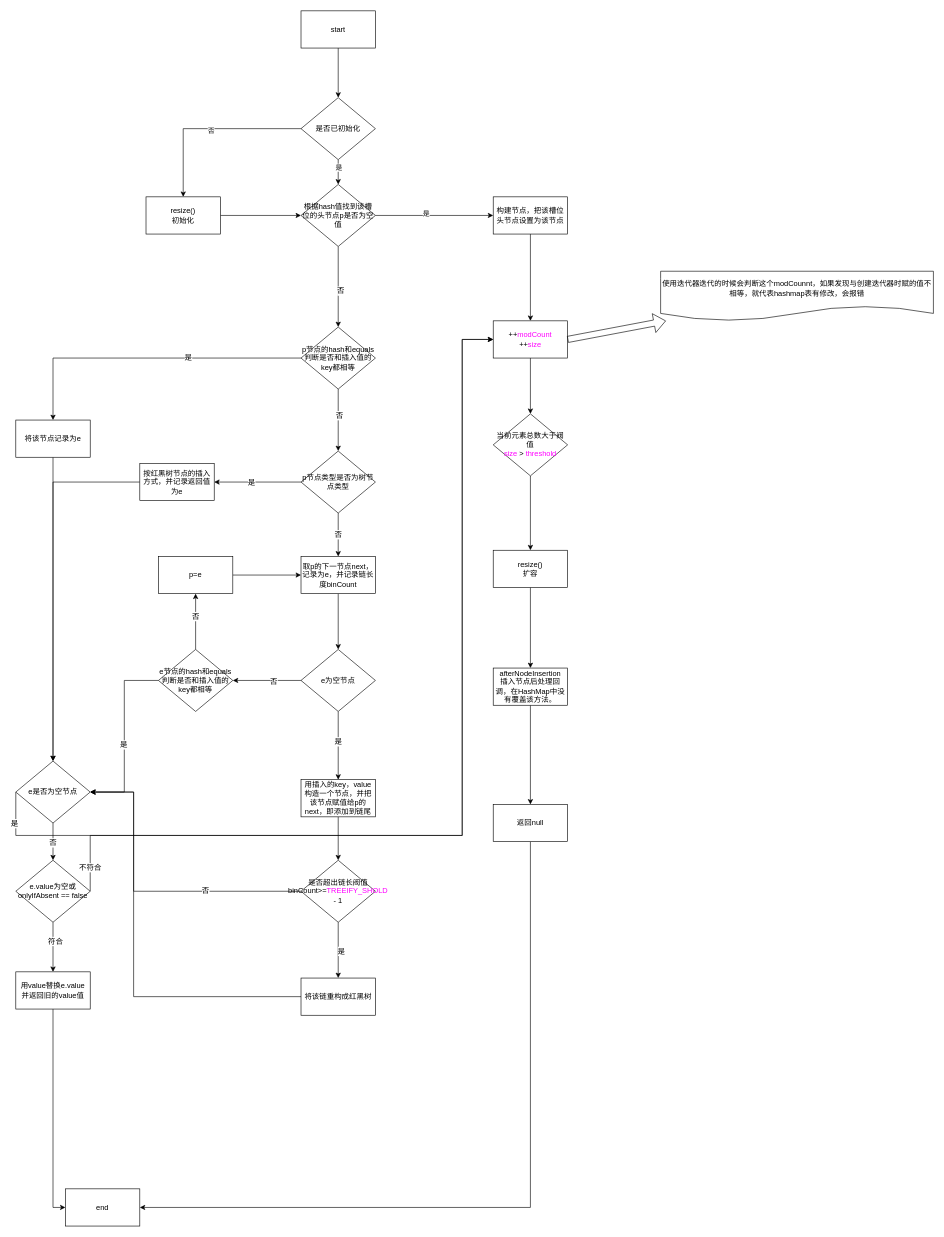
xiaomingcong/learnAlgorithm keeps this draw.io diagram as page "putVal" (2 of 3) of graphics/HashMap.drawio. Above is the earlier version. Source tidied: cells renumbered, new cells numbered last; positions are measured from the earlier drawing's top-left corner, leaving out a move shared by most shapes. Both pictures are drawn from the tidied source at 62%, with x=0, y=0 at pixel (16, 11).
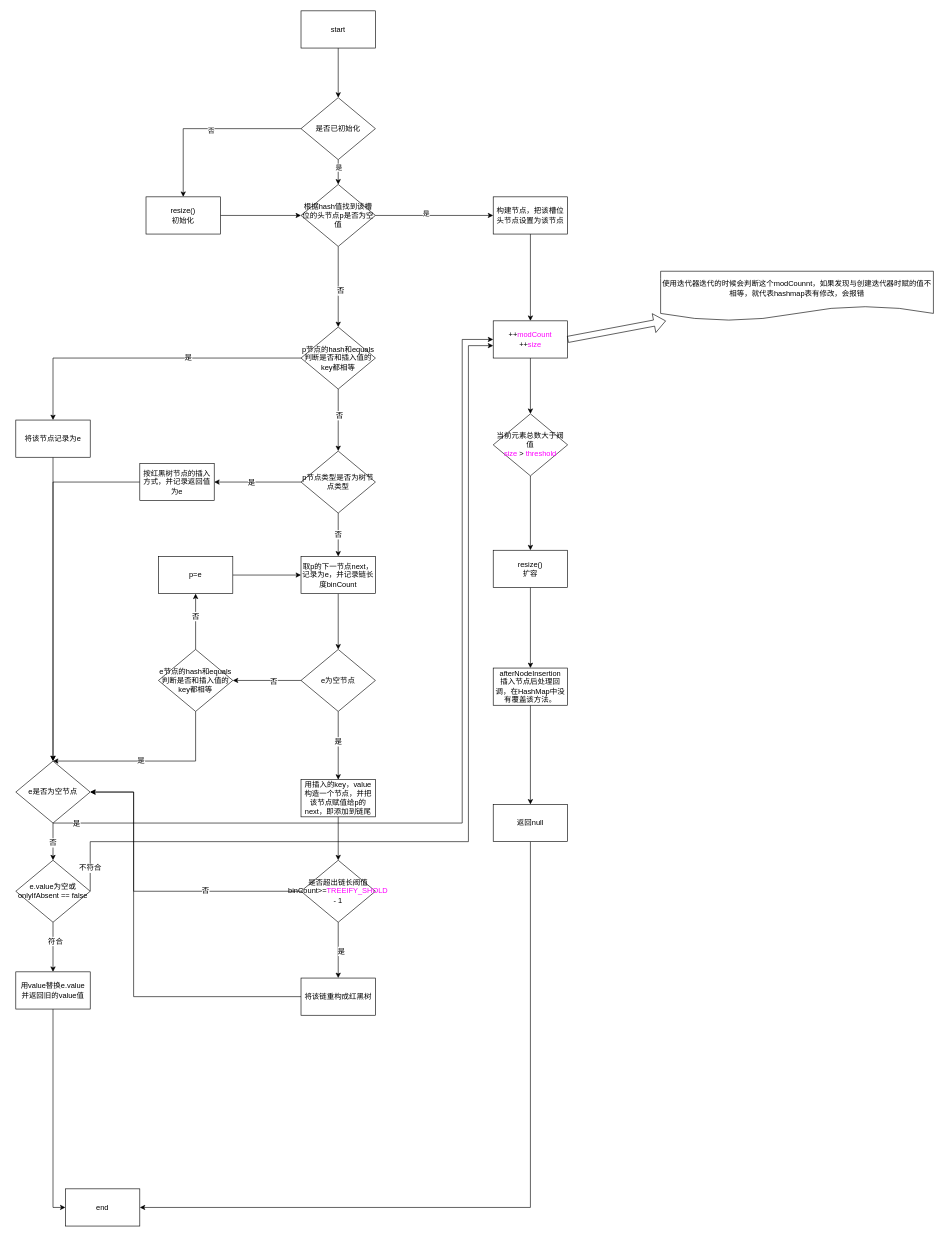
After the change.

The change refers to these unchanged cells:
```xml
<mxCell id="19" value="++&lt;font color=&quot;#ff00ff&quot;&gt;modCount&lt;/font&gt;&lt;br&gt;++&lt;font color=&quot;#ff00ff&quot;&gt;size&lt;/font&gt;" style="whiteSpace=wrap;html=1;" parent="1" vertex="1">
  <mxGeometry x="770" y="500" width="120" height="60" as="geometry" />
</mxCell>
<mxCell id="57" value="e节点的hash和equals判断是否和插入值的key都相等" style="rhombus;whiteSpace=wrap;html=1;" parent="1" vertex="1">
  <mxGeometry x="230" y="1030" width="120" height="100" as="geometry" />
</mxCell>
<mxCell id="64" value="e是否为空节点" style="rhombus;whiteSpace=wrap;html=1;" parent="1" vertex="1">
  <mxGeometry y="1210" width="120" height="100" as="geometry" />
</mxCell>
<mxCell id="69" value="e.value为空或onlyIfAbsent == false" style="rhombus;whiteSpace=wrap;html=1;" parent="1" vertex="1">
  <mxGeometry y="1370" width="120" height="100" as="geometry" />
</mxCell>
```

What changed in the source:
```diff
@@
-    <mxCell id="53" style="edgeStyle=orthogonalEdgeStyle;rounded=0;jettySize=auto;html=1;entryX=1;entryY=0.5;entryDx=0;entryDy=0;fontFamily=Helvetica;fontSize=12;fontColor=default;" parent="1" edge="1" source="57" target="64">
-      <mxGeometry relative="1" as="geometry" />
+    <mxCell id="53" style="edgeStyle=orthogonalEdgeStyle;rounded=0;jettySize=auto;html=1;fontFamily=Helvetica;fontSize=12;fontColor=default;" parent="1" edge="1" source="57">
+      <mxGeometry relative="1" as="geometry">
+        <mxPoint x="60" y="1210" as="targetPoint" />
+        <Array as="points">
+          <mxPoint x="290" y="1210" />
+        </Array>
+      </mxGeometry>
     </mxCell>
@@
-    <mxCell id="62" style="edgeStyle=orthogonalEdgeStyle;rounded=0;jettySize=auto;html=1;fontFamily=Helvetica;fontSize=12;fontColor=default;entryX=0;entryY=0.5;entryDx=0;entryDy=0;exitX=0;exitY=0.5;exitDx=0;exitDy=0;" parent="1" edge="1" source="64" target="19">
+    <mxCell id="62" style="edgeStyle=orthogonalEdgeStyle;rounded=0;jettySize=auto;html=1;fontFamily=Helvetica;fontSize=12;fontColor=default;entryX=0;entryY=0.5;entryDx=0;entryDy=0;exitX=0.5;exitY=1;exitDx=0;exitDy=0;" parent="1" edge="1" source="64" target="19">
       <mxGeometry relative="1" as="geometry">
         <Array as="points">
-          <mxPoint y="1330" />
-          <mxPoint x="720" y="1330" />
+          <mxPoint x="720" y="1310" />
           <mxPoint x="720" y="530" />
         </Array>
       </mxGeometry>
     </mxCell>
     <mxCell id="63" value="是" style="edgeLabel;html=1;align=center;verticalAlign=middle;fontSize=12;fontFamily=Helvetica;fontColor=default;" parent="62" vertex="1">
       <mxGeometry x="-0.67" relative="1" as="geometry">
-        <mxPoint x="-204" y="-20" as="offset" />
+        <mxPoint x="-209" as="offset" />
       </mxGeometry>
     </mxCell>
@@
-    <mxCell id="67" style="edgeStyle=orthogonalEdgeStyle;rounded=0;jettySize=auto;html=1;fontFamily=Helvetica;fontSize=12;fontColor=default;entryX=0;entryY=0.5;entryDx=0;entryDy=0;exitX=1;exitY=0.5;exitDx=0;exitDy=0;" parent="1" edge="1" source="69" target="19">
+    <mxCell id="67" style="edgeStyle=orthogonalEdgeStyle;rounded=0;jettySize=auto;html=1;fontFamily=Helvetica;fontSize=12;fontColor=default;exitX=1;exitY=0.5;exitDx=0;exitDy=0;" parent="1" edge="1" source="69">
       <mxGeometry relative="1" as="geometry">
+        <mxPoint x="770" y="540" as="targetPoint" />
         <Array as="points">
-          <mxPoint x="120" y="1330" />
-          <mxPoint x="720" y="1330" />
-          <mxPoint x="720" y="530" />
+          <mxPoint x="120" y="1340" />
+          <mxPoint x="730" y="1340" />
+          <mxPoint x="730" y="540" />
+          <mxPoint x="770" y="540" />
         </Array>
       </mxGeometry>
     </mxCell>
```
